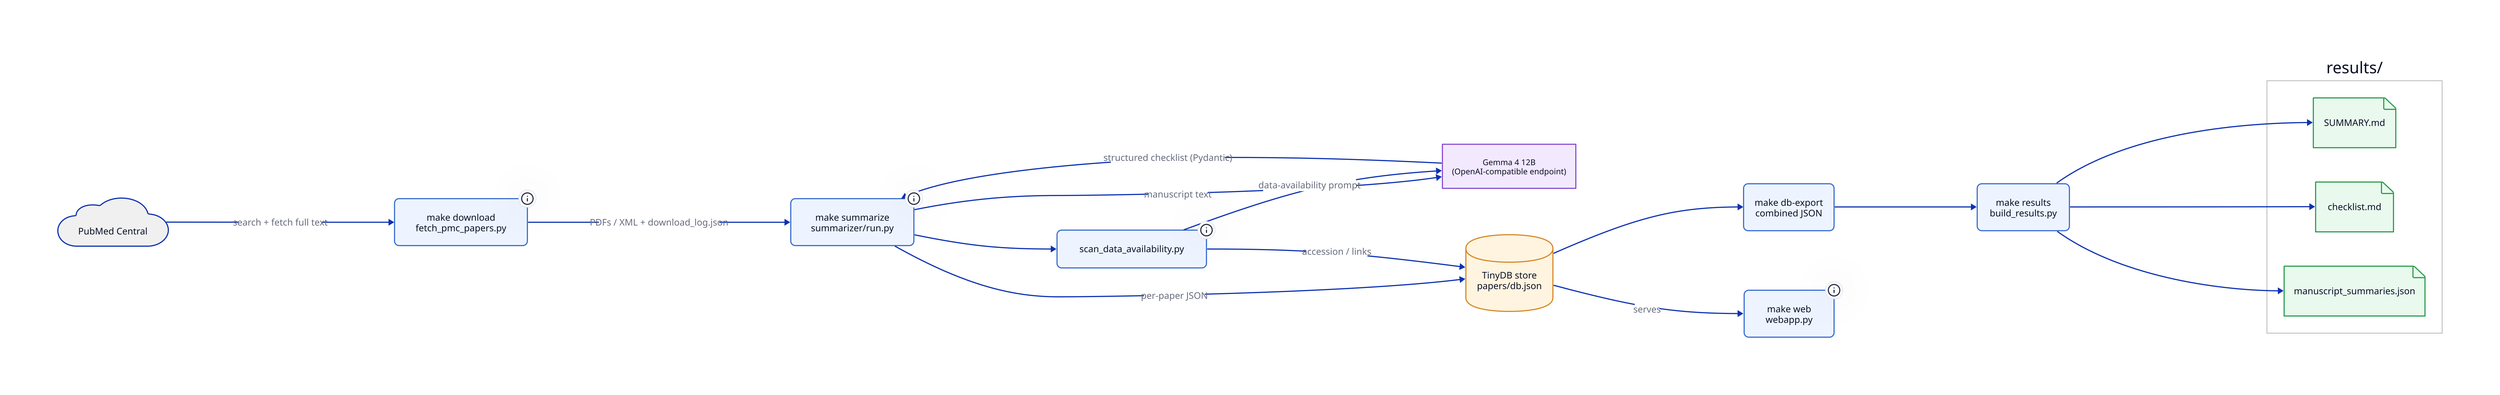
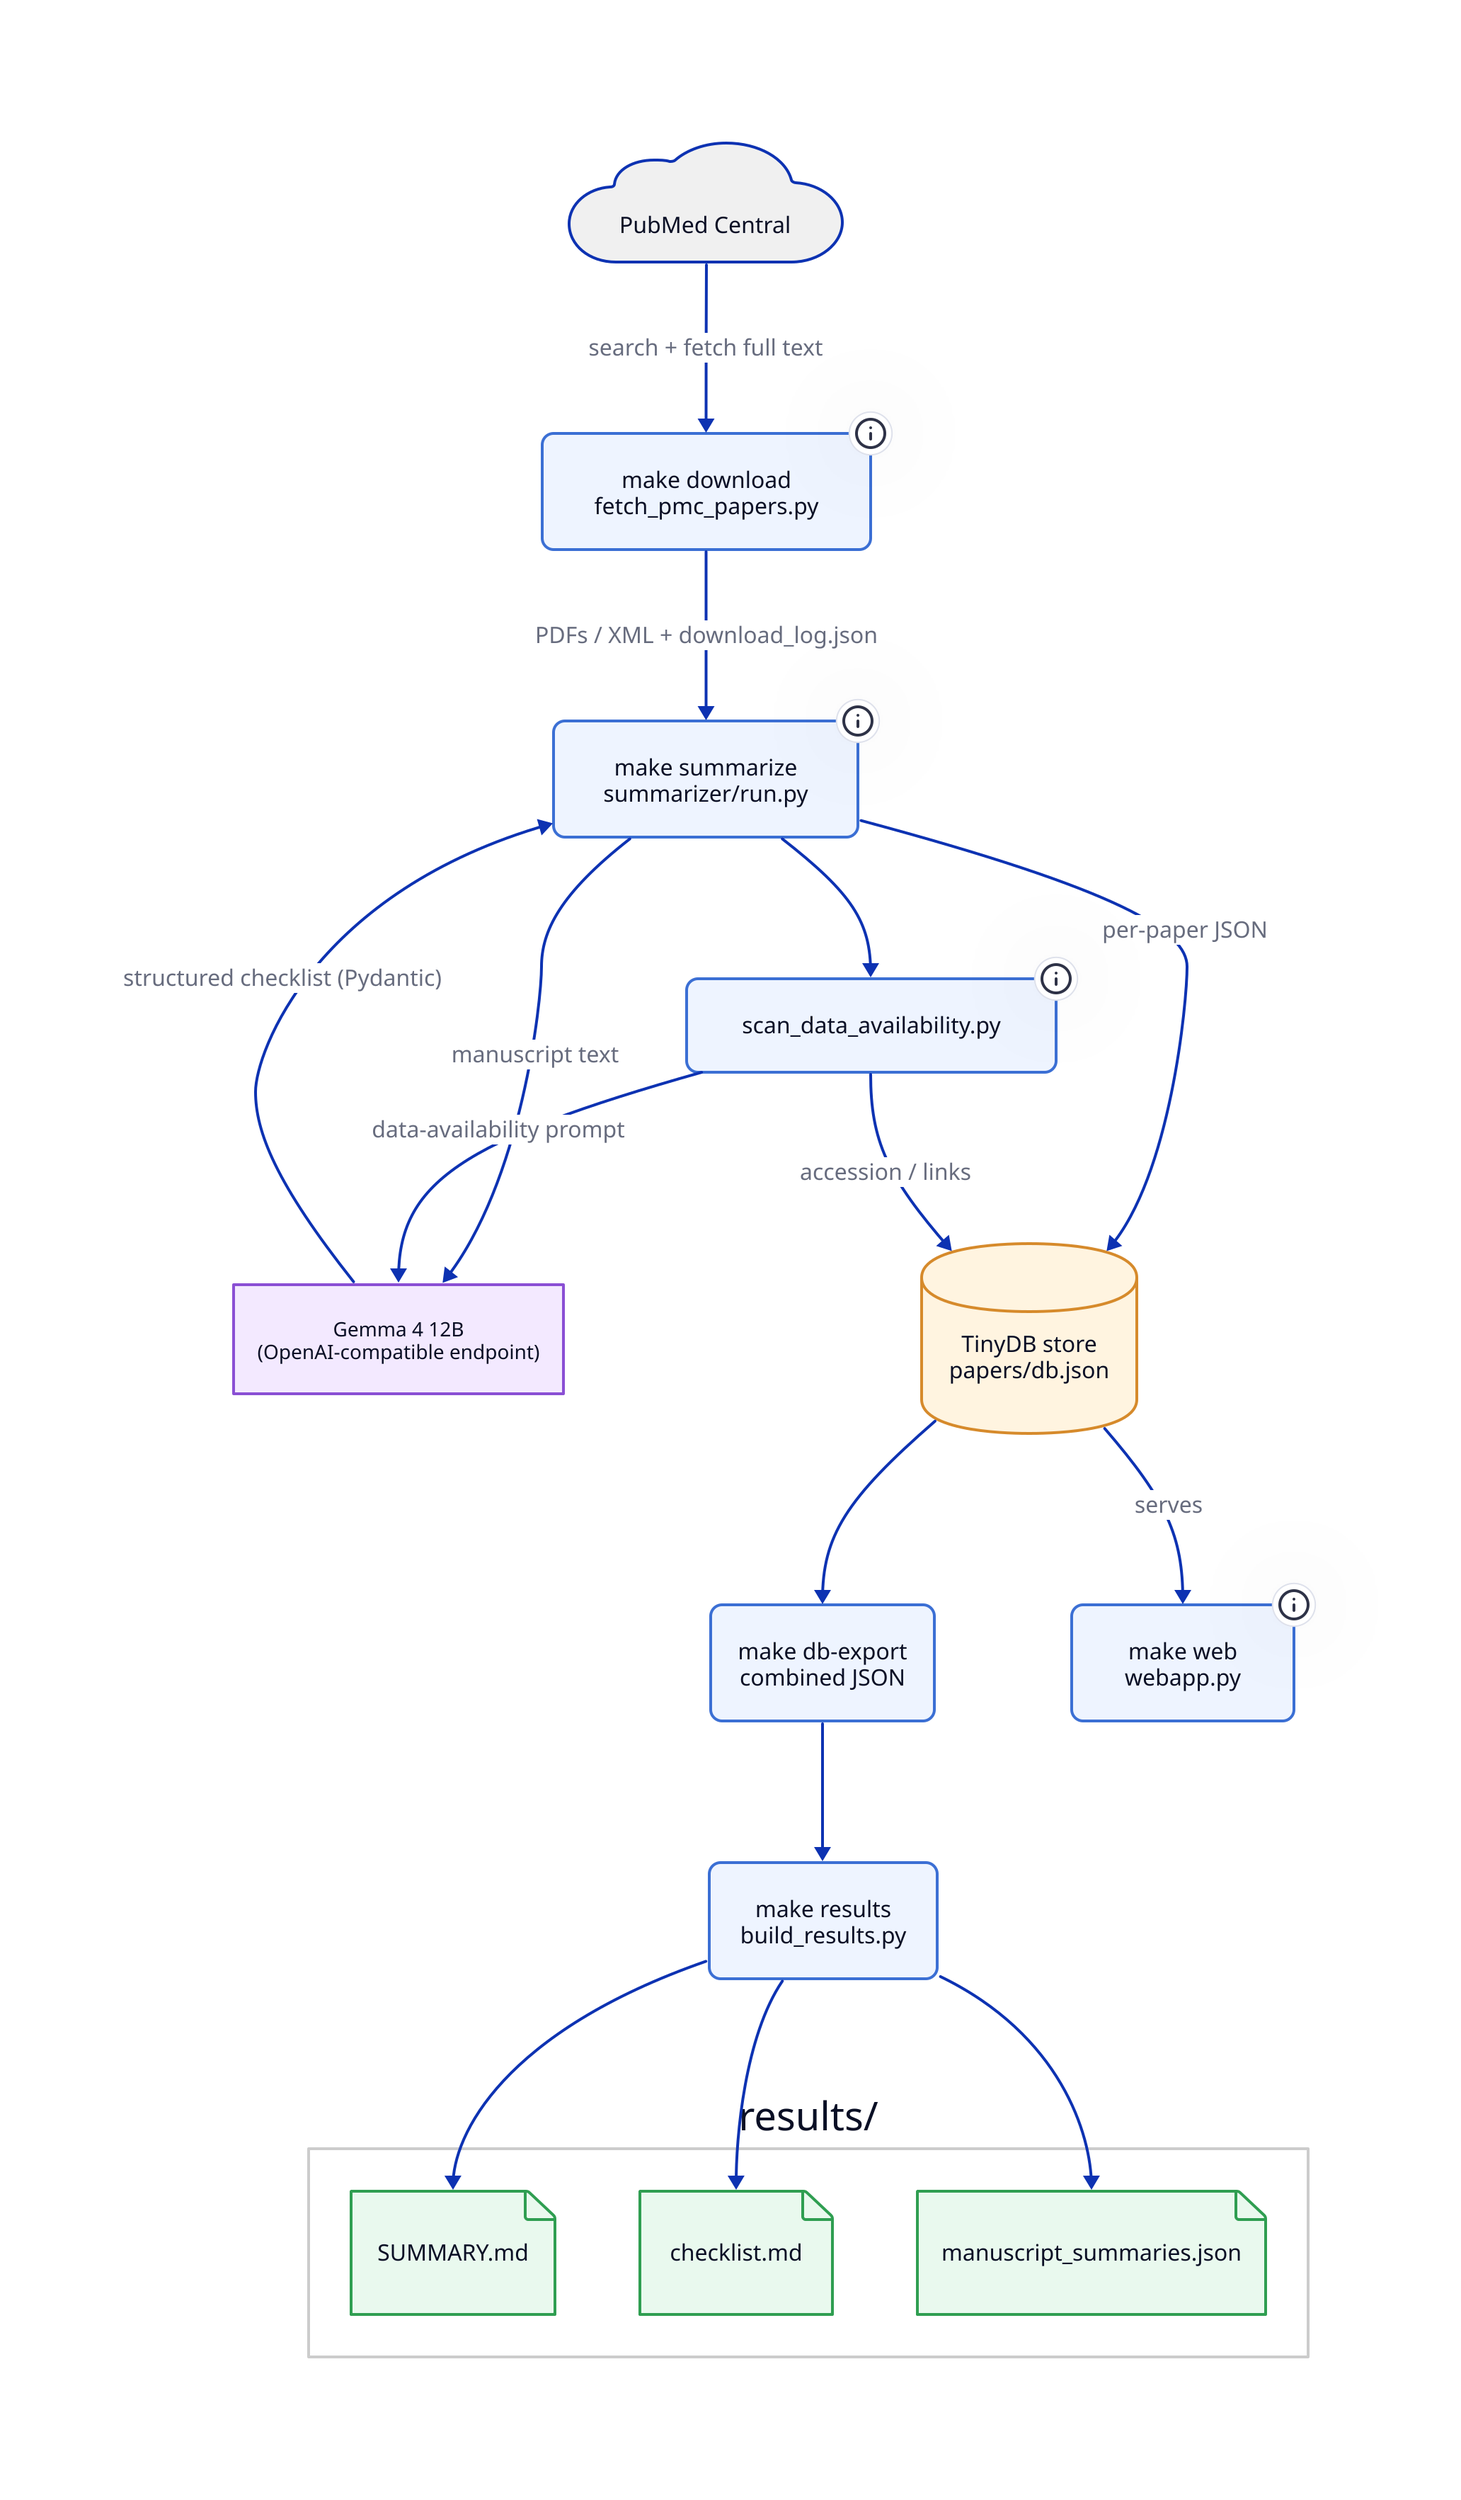
## Pediatric Exposome / EWAS Literature Pipeline
## Rendered:  d2 docs/pipeline.d2 docs/pipeline.svg

- direction: right
+ direction: down

classes: {
  stage: {
    shape: rectangle
    style: {
      border-radius: 8
      fill: "#eef4ff"
      stroke: "#3b6fd4"
      stroke-width: 2
      font-size: 16
    }
  }
  store: {
    shape: cylinder
    style: {
      fill: "#fff4e0"
      stroke: "#d68a2b"
      stroke-width: 2
    }
  }
  output: {
    shape: page
    style: {
      fill: "#e9f9ee"
      stroke: "#2f9e51"
      stroke-width: 2
    }
  }
  llm: {
    style: {
      fill: "#f3e9ff"
      stroke: "#8a4fd4"
      stroke-width: 2
      font-size: 14
    }
  }
}

pubmed: PubMed Central {
  shape: cloud
  style.fill: "#f0f0f0"
}

download: "make download\nfetch_pmc_papers.py" {
  class: stage
  tooltip: Incremental PMC fetcher — skips what is already on disk
}

summarize: "make summarize\nsummarizer/run.py" {
  class: stage
  tooltip: Chunked, resume-only, concurrent (--workers)
}

scan: "scan_data_availability.py" {
  class: stage
  tooltip: Extracts accession numbers / repository links
}

gemma: Gemma 4 12B\n(OpenAI-compatible endpoint) {
  class: llm
}

db: TinyDB store\npapers/db.json {
  class: store
}

export: "make db-export\ncombined JSON" {
  class: stage
}

results: "make results\nbuild_results.py" {
  class: stage
}

out: {
  style.fill: transparent
  style.stroke: "#cccccc"
  label: results/
  SUMMARY: SUMMARY.md { class: output }
  checklist: checklist.md { class: output }
  combined: manuscript_summaries.json { class: output }
}

web: "make web\nwebapp.py" {
  class: stage
  tooltip: Browsable review app on localhost:8010
}

pubmed -> download: search + fetch full text
download -> summarize: PDFs / XML + download_log.json
summarize -> gemma: manuscript text
gemma -> summarize: structured checklist (Pydantic)
summarize -> db: per-paper JSON
summarize -> scan
scan -> gemma: data-availability prompt
scan -> db: accession / links
db -> export
export -> results
results -> out.SUMMARY
results -> out.checklist
results -> out.combined
db -> web: serves
